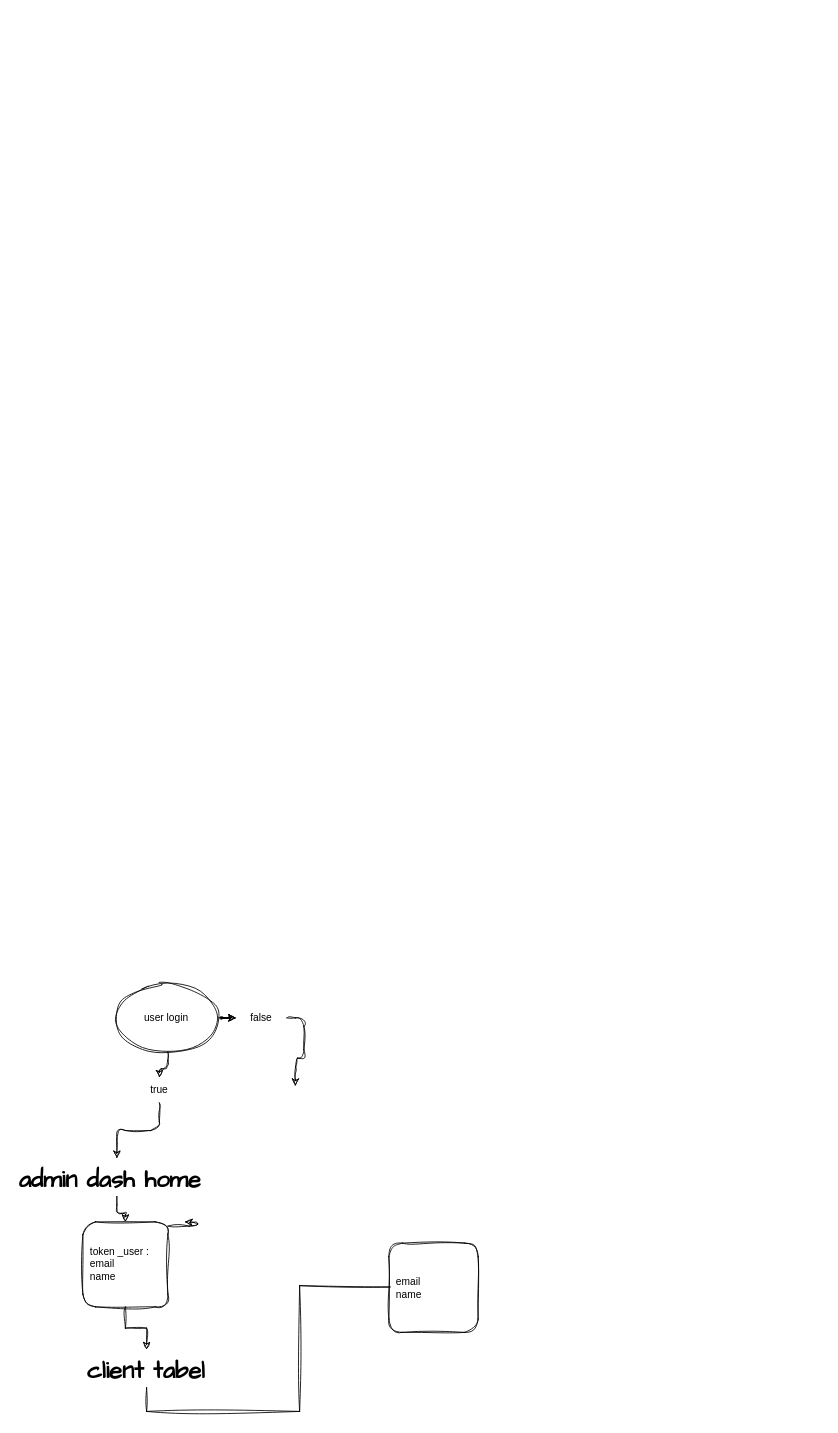
Above: minix/Untitled Diagram.drawio in MohammedMusatfa44/Space (draw.io), before the change. Source tidied: cells renumbered, new cells numbered last; positions are measured from the earlier drawing's top-left corner, leaving out a move shared by most shapes. Both pictures are drawn from the tidied source at 85%, with x=0, y=0 at pixel (14, 983).
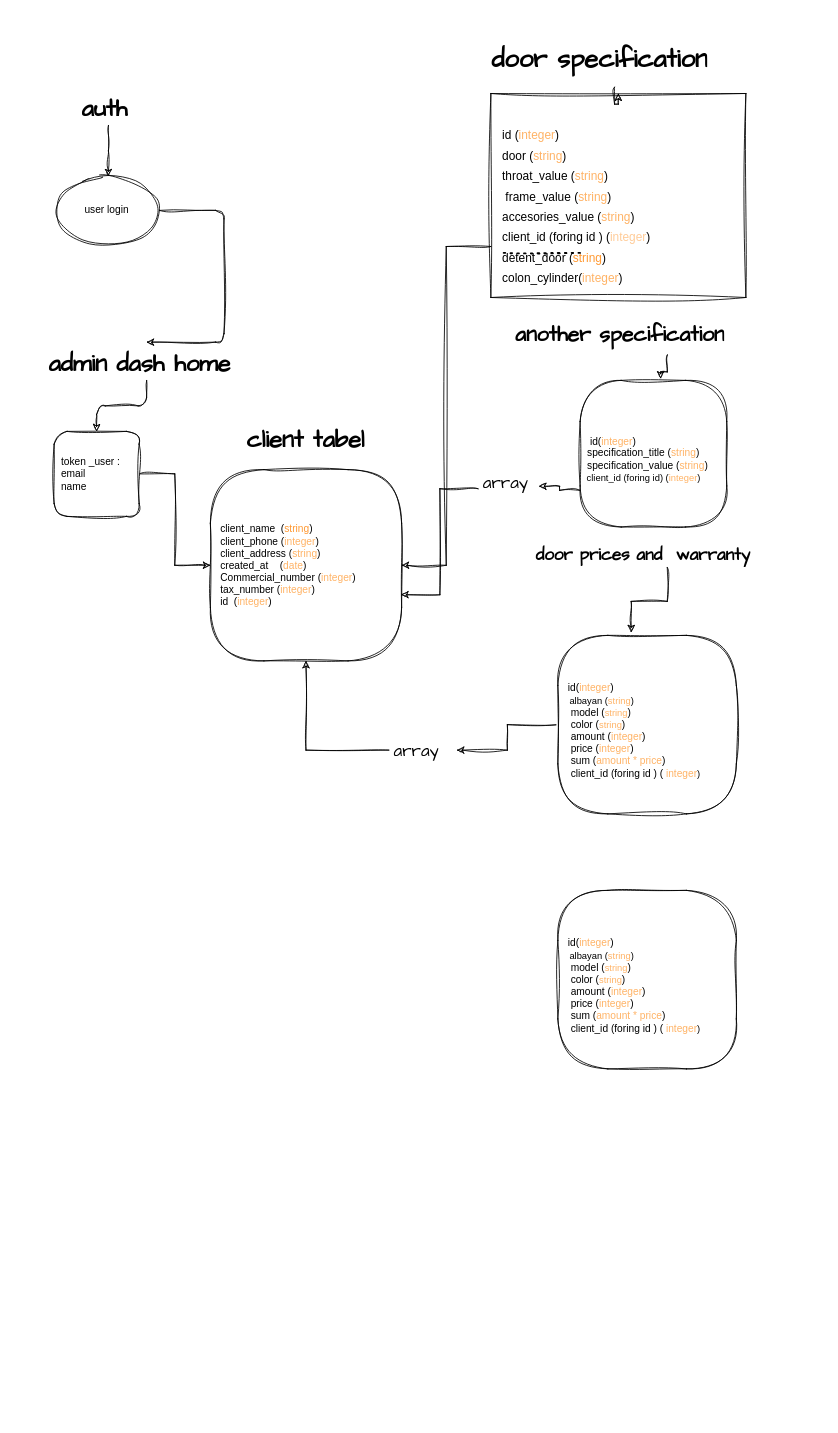
The same page after the edit.

Change to the diagram source:
```diff
@@
-    <mxCell id="2" style="edgeStyle=orthogonalEdgeStyle;rounded=1;jettySize=auto;html=1;labelBackgroundColor=none;fontColor=default;sketch=1;curveFitting=1;jiggle=2;" parent="1" edge="1" source="9">
-      <mxGeometry relative="1" as="geometry">
-        <mxPoint x="330" y="120" as="targetPoint" />
-      </mxGeometry>
-    </mxCell>
@@
-    <mxCell id="4" style="edgeStyle=orthogonalEdgeStyle;rounded=1;jettySize=auto;html=1;exitX=1;exitY=0.5;exitDx=0;exitDy=0;labelBackgroundColor=none;fontColor=default;sketch=1;curveFitting=1;jiggle=2;" parent="1" edge="1" source="5" target="9">
-      <mxGeometry relative="1" as="geometry" />
-    </mxCell>
     <mxCell id="5" value="user login&amp;nbsp;" style="ellipse;whiteSpace=wrap;html=1;labelBackgroundColor=none;rounded=1;sketch=1;curveFitting=1;jiggle=2;" parent="1" vertex="1">
-      <mxGeometry x="120" width="120" height="80" as="geometry" />
+      <mxGeometry x="50" y="-950" width="120" height="80" as="geometry" />
     </mxCell>
-    <mxCell id="6" style="edgeStyle=orthogonalEdgeStyle;rounded=1;jettySize=auto;html=1;labelBackgroundColor=none;fontColor=default;sketch=1;curveFitting=1;jiggle=2;" parent="1" edge="1" source="5" target="7">
-      <mxGeometry relative="1" as="geometry" />
+    <mxCell id="6" style="edgeStyle=orthogonalEdgeStyle;rounded=1;jettySize=auto;html=1;labelBackgroundColor=none;fontColor=default;sketch=1;curveFitting=1;jiggle=2;entryX=0.5;entryY=0;entryDx=0;entryDy=0;" parent="1" edge="1" source="5" target="14">
+      <mxGeometry relative="1" as="geometry">
+        <Array as="points">
+          <mxPoint x="246" y="-910" />
+          <mxPoint x="246" y="-755" />
+        </Array>
+      </mxGeometry>
     </mxCell>
-    <mxCell id="7" value="true" style="text;html=1;strokeColor=none;fillColor=none;align=center;verticalAlign=middle;whiteSpace=wrap;rounded=1;labelBackgroundColor=none;sketch=1;curveFitting=1;jiggle=2;" parent="1" vertex="1">
-      <mxGeometry x="140" y="110" width="60" height="30" as="geometry" />
-    </mxCell>
-    <mxCell id="8" style="edgeStyle=orthogonalEdgeStyle;rounded=1;jettySize=auto;html=1;labelBackgroundColor=none;fontColor=default;sketch=1;curveFitting=1;jiggle=2;" parent="1" edge="1" source="5" target="9">
-      <mxGeometry relative="1" as="geometry" />
-    </mxCell>
-    <mxCell id="9" value="false" style="text;html=1;strokeColor=none;fillColor=none;align=center;verticalAlign=middle;whiteSpace=wrap;rounded=1;labelBackgroundColor=none;sketch=1;curveFitting=1;jiggle=2;" parent="1" vertex="1">
-      <mxGeometry x="260" y="25" width="60" height="30" as="geometry" />
-    </mxCell>
-    <mxCell id="10" style="edgeStyle=orthogonalEdgeStyle;rounded=1;jettySize=auto;html=1;labelBackgroundColor=none;fontColor=default;sketch=1;curveFitting=1;jiggle=2;" parent="1" edge="1" source="12">
-      <mxGeometry relative="1" as="geometry">
-        <mxPoint x="200" y="280" as="targetPoint" />
-        <Array as="points">
-          <mxPoint x="215" y="285" />
-          <mxPoint x="215" y="281" />
-        </Array>
-      </mxGeometry>
-    </mxCell>
-    <mxCell id="11" style="edgeStyle=orthogonalEdgeStyle;rounded=0;sketch=1;hachureGap=4;jiggle=2;curveFitting=1;jettySize=auto;html=1;fontFamily=Architects Daughter;fontSize=16;entryX=0.5;entryY=0;entryDx=0;entryDy=0;exitX=0.5;exitY=1;exitDx=0;exitDy=0;" parent="1" edge="1" source="17">
-      <mxGeometry relative="1" as="geometry">
-        <mxPoint x="492.5" y="355" as="targetPoint" />
-        <Array as="points">
-          <mxPoint x="155" y="503" />
-          <mxPoint x="335" y="503" />
-          <mxPoint x="335" y="355" />
-        </Array>
-      </mxGeometry>
-    </mxCell>
+    <mxCell id="18" style="edgeStyle=orthogonalEdgeStyle;rounded=0;sketch=1;hachureGap=4;jiggle=2;curveFitting=1;jettySize=auto;html=1;fontFamily=Architects Daughter;fontSize=16;" parent="1" edge="1" source="12" target="15">
+      <mxGeometry relative="1" as="geometry" />
+    </mxCell>
     <mxCell id="12" value="&amp;nbsp; token _user :&lt;br&gt;&amp;nbsp; email&amp;nbsp;&amp;nbsp;&lt;br&gt;&amp;nbsp; name&amp;nbsp;" style="whiteSpace=wrap;html=1;rounded=1;glass=0;align=left;labelBackgroundColor=none;sketch=1;curveFitting=1;jiggle=2;" parent="1" vertex="1">
-      <mxGeometry x="80" y="280" width="100" height="100" as="geometry" />
+      <mxGeometry x="46.2" y="-650" width="100" height="100" as="geometry" />
     </mxCell>
-    <mxCell id="13" style="edgeStyle=orthogonalEdgeStyle;rounded=1;jettySize=auto;html=1;labelBackgroundColor=none;fontColor=default;sketch=1;curveFitting=1;jiggle=2;entryX=0.5;entryY=0;entryDx=0;entryDy=0;" parent="1" edge="1" source="7" target="14">
-      <mxGeometry relative="1" as="geometry" />
-    </mxCell>
-    <mxCell id="14" value="&lt;h1 style=&quot;font-size: 28px;&quot;&gt;&lt;font style=&quot;font-size: 28px;&quot;&gt;admin dash home&amp;nbsp;&lt;/font&gt;&lt;/h1&gt;&lt;div style=&quot;font-size: 28px;&quot;&gt;&lt;br&gt;&lt;/div&gt;&lt;p&gt;&lt;br&gt;&lt;/p&gt;" style="text;html=1;strokeColor=none;fillColor=none;spacing=5;spacingTop=-20;whiteSpace=wrap;overflow=hidden;rounded=0;fontSize=20;fontFamily=Architects Daughter;" parent="1" vertex="1">
-      <mxGeometry y="205" width="240" height="45" as="geometry" />
+    <mxCell id="14" value="&lt;h1 style=&quot;border-color: var(--border-color); font-size: 28px;&quot;&gt;&lt;font style=&quot;border-color: var(--border-color);&quot;&gt;admin dash home&amp;nbsp;&lt;/font&gt;&lt;/h1&gt;&lt;h1 style=&quot;font-size: 28px;&quot;&gt;&lt;div style=&quot;border-color: var(--border-color);&quot;&gt;&lt;br style=&quot;border-color: var(--border-color); font-weight: 400;&quot;&gt;&lt;/div&gt;&lt;/h1&gt;&lt;p&gt;&lt;br&gt;&lt;/p&gt;" style="text;html=1;strokeColor=none;fillColor=none;spacing=5;spacingTop=-20;whiteSpace=wrap;overflow=hidden;rounded=0;fontSize=20;fontFamily=Architects Daughter;" parent="1" vertex="1">
+      <mxGeometry x="35" y="-755" width="240" height="45" as="geometry" />
     </mxCell>
-    <mxCell id="15" value="&amp;nbsp; email&amp;nbsp;&amp;nbsp;&lt;br&gt;&amp;nbsp; name&amp;nbsp;" style="rounded=1;glass=0;align=left;labelBackgroundColor=none;sketch=1;curveFitting=1;jiggle=2;labelBorderColor=none;whiteSpace=wrap;html=1;fontStyle=0;horizontal=1;verticalAlign=middle;fontFamily=Helvetica;" parent="1" vertex="1">
-      <mxGeometry x="440" y="305" width="105" height="105" as="geometry" />
+    <mxCell id="15" value="&amp;nbsp; &amp;nbsp;client_name&amp;nbsp; (&lt;font color=&quot;#ff9933&quot;&gt;string&lt;/font&gt;)&lt;br&gt;&amp;nbsp; &amp;nbsp;client_phone (&lt;font color=&quot;#ffb366&quot;&gt;integer&lt;/font&gt;)&lt;br&gt;&amp;nbsp; &amp;nbsp;client_address (&lt;font color=&quot;#ffb366&quot;&gt;string&lt;/font&gt;)&lt;br&gt;&amp;nbsp; &amp;nbsp;created_at&amp;nbsp; &amp;nbsp; (&lt;font color=&quot;#ffb366&quot;&gt;date&lt;/font&gt;)&amp;nbsp; &amp;nbsp; &amp;nbsp; &amp;nbsp; &amp;nbsp; &amp;nbsp; &amp;nbsp; &amp;nbsp; &amp;nbsp; &amp;nbsp; &amp;nbsp; &amp;nbsp; &amp;nbsp; &amp;nbsp; &amp;nbsp; &amp;nbsp; &amp;nbsp; &amp;nbsp; &amp;nbsp;Commercial_number (&lt;font color=&quot;#ffb366&quot;&gt;integer&lt;/font&gt;)&lt;br&gt;&amp;nbsp; &amp;nbsp;tax_number (&lt;font color=&quot;#ffb366&quot;&gt;integer&lt;/font&gt;)&lt;br&gt;&amp;nbsp; &amp;nbsp;id&amp;nbsp; (&lt;font color=&quot;#ffb366&quot;&gt;integer&lt;/font&gt;)" style="rounded=1;glass=0;align=left;labelBackgroundColor=none;sketch=1;curveFitting=1;jiggle=2;labelBorderColor=none;whiteSpace=wrap;html=1;fontStyle=0;horizontal=1;verticalAlign=middle;fontFamily=Helvetica;arcSize=28;" parent="1" vertex="1">
+      <mxGeometry x="230" y="-605" width="225" height="225" as="geometry" />
     </mxCell>
-    <mxCell id="16" style="edgeStyle=orthogonalEdgeStyle;rounded=0;sketch=1;hachureGap=4;jiggle=2;curveFitting=1;jettySize=auto;html=1;fontFamily=Architects Daughter;fontSize=16;entryX=0.5;entryY=0;entryDx=0;entryDy=0;" parent="1" edge="1" source="12" target="17">
-      <mxGeometry relative="1" as="geometry" />
-    </mxCell>
     <mxCell id="17" value="&lt;h1 style=&quot;font-size: 28px;&quot;&gt;client tabel&lt;/h1&gt;&lt;div&gt;&lt;br&gt;&lt;/div&gt;" style="text;html=1;strokeColor=none;fillColor=none;spacing=5;spacingTop=-20;whiteSpace=wrap;overflow=hidden;rounded=0;fontSize=20;fontFamily=Architects Daughter;" parent="1" vertex="1">
-      <mxGeometry x="80" y="430" width="150" height="45" as="geometry" />
+      <mxGeometry x="267.5" y="-665" width="150" height="45" as="geometry" />
     </mxCell>
+    <mxCell id="19" style="edgeStyle=orthogonalEdgeStyle;rounded=0;sketch=1;hachureGap=4;jiggle=2;curveFitting=1;jettySize=auto;html=1;entryX=0.5;entryY=0;entryDx=0;entryDy=0;fontFamily=Architects Daughter;fontSize=16;" parent="1" edge="1" source="20" target="5">
+      <mxGeometry relative="1" as="geometry" />
+    </mxCell>
+    <mxCell id="20" value="&lt;h1 style=&quot;font-size: 28px;&quot;&gt;&lt;font style=&quot;font-size: 28px;&quot;&gt;auth&amp;nbsp;&lt;/font&gt;&lt;/h1&gt;&lt;div style=&quot;font-size: 28px;&quot;&gt;&lt;br&gt;&lt;/div&gt;&lt;p&gt;&lt;br&gt;&lt;/p&gt;" style="text;html=1;strokeColor=none;fillColor=none;spacing=5;spacingTop=-20;whiteSpace=wrap;overflow=hidden;rounded=0;fontSize=20;fontFamily=Architects Daughter;" parent="1" vertex="1">
+      <mxGeometry x="73.8" y="-1055" width="72.5" height="45" as="geometry" />
+    </mxCell>
+    <mxCell id="21" style="edgeStyle=orthogonalEdgeStyle;rounded=0;sketch=1;hachureGap=4;jiggle=2;curveFitting=1;jettySize=auto;html=1;exitX=0;exitY=0.75;exitDx=0;exitDy=0;entryX=1;entryY=0.5;entryDx=0;entryDy=0;fontFamily=Architects Daughter;fontSize=16;" parent="1" edge="1" source="22" target="15">
+      <mxGeometry relative="1" as="geometry" />
+    </mxCell>
+    <mxCell id="22" value="&lt;font face=&quot;Helvetica&quot; style=&quot;font-size: 14px;&quot;&gt;&lt;font style=&quot;font-size: 14px;&quot;&gt;&amp;nbsp; &lt;br&gt;&amp;nbsp; &amp;nbsp;id (&lt;font style=&quot;font-size: 14px;&quot; color=&quot;#ffb366&quot;&gt;integer&lt;/font&gt;)&lt;br&gt;&amp;nbsp; &amp;nbsp;door (&lt;font style=&quot;font-size: 14px;&quot; color=&quot;#ffb366&quot;&gt;string&lt;/font&gt;)&amp;nbsp;&lt;br&gt;&amp;nbsp; &amp;nbsp;throat_value (&lt;font style=&quot;font-size: 14px;&quot; color=&quot;#ffb366&quot;&gt;string&lt;/font&gt;)&lt;br&gt;&amp;nbsp; &amp;nbsp; frame_value (&lt;span style=&quot;color: rgb(255, 179, 102);&quot;&gt;string&lt;/span&gt;)&lt;br&gt;&amp;nbsp; &amp;nbsp;accesories_value (&lt;span style=&quot;color: rgb(255, 179, 102);&quot;&gt;string&lt;/span&gt;&lt;/font&gt;&lt;font style=&quot;font-size: 14px;&quot;&gt;)&lt;br&gt;&amp;nbsp; &amp;nbsp;client_id (foring id ) (&lt;font style=&quot;font-size: 14px;&quot; color=&quot;#ffcc99&quot;&gt;integer&lt;/font&gt;)&amp;nbsp;&lt;br&gt;&lt;/font&gt;&amp;nbsp; &amp;nbsp;detent_door (&lt;font style=&quot;border-color: var(--border-color); font-size: 14px;&quot; color=&quot;#ff9933&quot;&gt;string&lt;/font&gt;)&lt;br style=&quot;border-color: var(--border-color);&quot;&gt;&amp;nbsp; &amp;nbsp;colon_cylinder(&lt;font style=&quot;border-color: var(--border-color); font-size: 14px;&quot; color=&quot;#ffb366&quot;&gt;integer&lt;/font&gt;)&lt;/font&gt;&lt;span style=&quot;background-color: initial; font-size: 19px;&quot;&gt;&lt;br&gt;&lt;/span&gt;" style="rounded=0;whiteSpace=wrap;html=1;sketch=1;hachureGap=4;jiggle=2;curveFitting=1;fontFamily=Architects Daughter;fontSize=20;align=left;" parent="1" vertex="1">
+      <mxGeometry x="560" y="-1047.5" width="300" height="240" as="geometry" />
+    </mxCell>
+    <mxCell id="23" style="edgeStyle=orthogonalEdgeStyle;rounded=0;sketch=1;hachureGap=4;jiggle=2;curveFitting=1;jettySize=auto;html=1;entryX=0.5;entryY=0;entryDx=0;entryDy=0;fontFamily=Architects Daughter;fontSize=16;" parent="1" edge="1" source="24" target="22">
+      <mxGeometry relative="1" as="geometry" />
+    </mxCell>
+    <mxCell id="24" value="&lt;h1 style=&quot;border-color: var(--border-color);&quot;&gt;&lt;font style=&quot;font-size: 30px;&quot;&gt;door specification&lt;/font&gt;&lt;br&gt;&lt;/h1&gt;" style="text;html=1;strokeColor=none;fillColor=none;spacing=5;spacingTop=-20;whiteSpace=wrap;overflow=hidden;rounded=0;fontSize=20;fontFamily=Architects Daughter;" parent="1" vertex="1">
+      <mxGeometry x="556" y="-1130" width="299" height="75" as="geometry" />
+    </mxCell>
+    <mxCell id="25" style="endArrow=none;dashed=1;html=1;dashPattern=1 3;strokeWidth=2;rounded=0;sketch=1;hachureGap=4;jiggle=2;curveFitting=1;fontFamily=Architects Daughter;fontSize=16;" parent="1" edge="1">
+      <mxGeometry relative="1" as="geometry">
+        <mxPoint x="575" y="-860" as="sourcePoint" />
+        <mxPoint x="665" y="-860" as="targetPoint" />
+        <Array as="points">
+          <mxPoint x="575.5" y="-860" />
+        </Array>
+      </mxGeometry>
+    </mxCell>
+    <mxCell id="26" style="edgeStyle=orthogonalEdgeStyle;rounded=0;sketch=1;hachureGap=4;jiggle=2;curveFitting=1;jettySize=auto;html=1;entryX=0.549;entryY=-0.011;entryDx=0;entryDy=0;entryPerimeter=0;fontFamily=Architects Daughter;fontSize=16;" parent="1" edge="1" source="27" target="29">
+      <mxGeometry relative="1" as="geometry" />
+    </mxCell>
+    <mxCell id="27" value="&lt;h1 style=&quot;border-color: var(--border-color); font-size: 25px;&quot;&gt;&lt;span style=&quot;&quot;&gt;another&amp;nbsp;&lt;/span&gt;specification&lt;/h1&gt;" style="text;html=1;strokeColor=none;fillColor=none;spacing=5;spacingTop=-20;whiteSpace=wrap;overflow=hidden;rounded=0;fontSize=20;fontFamily=Architects Daughter;" parent="1" vertex="1">
+      <mxGeometry x="583.8" y="-785" width="367.5" height="45" as="geometry" />
+    </mxCell>
+    <mxCell id="28" style="edgeStyle=orthogonalEdgeStyle;rounded=0;sketch=1;hachureGap=4;jiggle=2;curveFitting=1;jettySize=auto;html=1;exitX=0;exitY=0.75;exitDx=0;exitDy=0;entryX=0.997;entryY=0.654;entryDx=0;entryDy=0;entryPerimeter=0;fontFamily=Architects Daughter;fontSize=16;" parent="1" edge="1" source="31" target="15">
+      <mxGeometry relative="1" as="geometry" />
+    </mxCell>
+    <mxCell id="29" value="&lt;font style=&quot;font-size: 12px;&quot;&gt;&amp;nbsp;&amp;nbsp;&lt;br&gt;&amp;nbsp; &amp;nbsp;id(&lt;font style=&quot;font-size: 12px;&quot; color=&quot;#ffb366&quot;&gt;integer&lt;/font&gt;)&lt;br&gt;&amp;nbsp; specification_title (&lt;font style=&quot;font-size: 12px;&quot; color=&quot;#ffb366&quot;&gt;string&lt;/font&gt;)&amp;nbsp; &amp;nbsp;&lt;br&gt;&amp;nbsp; s&lt;span style=&quot;border-color: var(--border-color); background-color: initial;&quot;&gt;pecification_value (&lt;font color=&quot;#ffb366&quot;&gt;string&lt;/font&gt;)&amp;nbsp;&lt;br&gt;&lt;/span&gt;&lt;/font&gt;&lt;span style=&quot;font-size: 11px; background-color: initial;&quot;&gt;&amp;nbsp; client_id (foring id) (&lt;font style=&quot;&quot; color=&quot;#ffb366&quot;&gt;integer&lt;/font&gt;)&lt;br&gt;&lt;/span&gt;" style="rounded=1;glass=0;align=left;labelBackgroundColor=none;sketch=1;curveFitting=1;jiggle=2;labelBorderColor=none;whiteSpace=wrap;html=1;fontStyle=0;horizontal=1;verticalAlign=middle;fontFamily=Helvetica;arcSize=28;" parent="1" vertex="1">
+      <mxGeometry x="665" y="-710" width="172.5" height="172.5" as="geometry" />
+    </mxCell>
+    <mxCell id="30" style="edgeStyle=orthogonalEdgeStyle;rounded=0;sketch=1;hachureGap=4;jiggle=2;curveFitting=1;jettySize=auto;html=1;exitX=0;exitY=0.75;exitDx=0;exitDy=0;entryX=0.997;entryY=0.654;entryDx=0;entryDy=0;entryPerimeter=0;fontFamily=Architects Daughter;fontSize=16;" parent="1" edge="1" source="29" target="31">
+      <mxGeometry relative="1" as="geometry" />
+    </mxCell>
+    <mxCell id="31" value="array" style="text;strokeColor=none;fillColor=none;align=left;verticalAlign=middle;spacingLeft=4;spacingRight=4;overflow=hidden;points=[[0,0.5],[1,0.5]];portConstraint=eastwest;whiteSpace=wrap;html=1;fontSize=20;fontFamily=Architects Daughter;" parent="1" vertex="1">
+      <mxGeometry x="545" y="-605" width="71.8" height="30" as="geometry" />
+    </mxCell>
+    <mxCell id="32" style="edgeStyle=orthogonalEdgeStyle;rounded=0;sketch=1;hachureGap=4;jiggle=2;curveFitting=1;jettySize=auto;html=1;fontFamily=Architects Daughter;fontSize=16;" parent="1" edge="1" source="33" target="37">
+      <mxGeometry relative="1" as="geometry" />
+    </mxCell>
+    <mxCell id="33" value="&lt;font style=&quot;font-size: 12px;&quot;&gt;&amp;nbsp;&amp;nbsp;&lt;br&gt;&amp;nbsp; &amp;nbsp;id(&lt;font style=&quot;font-size: 12px;&quot; color=&quot;#ffb366&quot;&gt;integer&lt;/font&gt;)&lt;br&gt;&lt;/font&gt;&lt;span style=&quot;font-size: 11px; font-family: &amp;quot;Architects Daughter&amp;quot;; background-color: initial;&quot;&gt;&amp;nbsp; &lt;/span&gt;&lt;span style=&quot;font-size: 11px; background-color: initial;&quot;&gt;&amp;nbsp;albayan (&lt;font color=&quot;#ffb366&quot;&gt;string&lt;/font&gt;)&lt;br&gt;&lt;/span&gt;&amp;nbsp; &amp;nbsp; model (&lt;span style=&quot;color: rgb(255, 179, 102); font-size: 11px;&quot;&gt;string&lt;/span&gt;)&amp;nbsp;&lt;br&gt;&amp;nbsp; &amp;nbsp; color (&lt;span style=&quot;color: rgb(255, 179, 102); font-size: 11px;&quot;&gt;string&lt;/span&gt;)&lt;br&gt;&amp;nbsp; &amp;nbsp; amount (&lt;span style=&quot;color: rgb(255, 179, 102);&quot;&gt;integer&lt;/span&gt;)&lt;br&gt;&amp;nbsp; &amp;nbsp; price (&lt;span style=&quot;color: rgb(255, 179, 102);&quot;&gt;integer&lt;/span&gt;)&lt;br&gt;&amp;nbsp; &amp;nbsp; sum (&lt;font color=&quot;#ffb366&quot;&gt;amount * price&lt;/font&gt;)&amp;nbsp;&lt;br&gt;&amp;nbsp; &amp;nbsp; client_id (foring id ) (&amp;nbsp;&lt;span style=&quot;color: rgb(255, 179, 102);&quot;&gt;integer&lt;/span&gt;&lt;span style=&quot;font-size: 11px; background-color: initial;&quot;&gt;)&lt;br&gt;&lt;/span&gt;" style="rounded=1;glass=0;align=left;labelBackgroundColor=none;sketch=1;curveFitting=1;jiggle=2;labelBorderColor=none;whiteSpace=wrap;html=1;fontStyle=0;horizontal=1;verticalAlign=middle;fontFamily=Helvetica;arcSize=28;" parent="1" vertex="1">
+      <mxGeometry x="638.8" y="-410" width="210" height="210" as="geometry" />
+    </mxCell>
+    <mxCell id="34" style="edgeStyle=orthogonalEdgeStyle;rounded=0;sketch=1;hachureGap=4;jiggle=2;curveFitting=1;jettySize=auto;html=1;entryX=0.411;entryY=-0.017;entryDx=0;entryDy=0;entryPerimeter=0;fontFamily=Architects Daughter;fontSize=16;" parent="1" edge="1" source="35" target="33">
+      <mxGeometry relative="1" as="geometry" />
+    </mxCell>
+    <mxCell id="35" value="&lt;h1 style=&quot;border-color: var(--border-color);&quot;&gt;&lt;font style=&quot;font-size: 20px;&quot;&gt;door prices and&amp;nbsp; warranty&lt;/font&gt;&lt;/h1&gt;" style="text;html=1;strokeColor=none;fillColor=none;spacing=5;spacingTop=-20;whiteSpace=wrap;overflow=hidden;rounded=0;fontSize=20;fontFamily=Architects Daughter;" parent="1" vertex="1">
+      <mxGeometry x="607.5" y="-550" width="320" height="60" as="geometry" />
+    </mxCell>
+    <mxCell id="36" style="edgeStyle=orthogonalEdgeStyle;rounded=0;sketch=1;hachureGap=4;jiggle=2;curveFitting=1;jettySize=auto;html=1;entryX=0.5;entryY=1;entryDx=0;entryDy=0;fontFamily=Architects Daughter;fontSize=16;" parent="1" edge="1" source="37" target="15">
+      <mxGeometry relative="1" as="geometry" />
+    </mxCell>
+    <mxCell id="37" value="array" style="text;strokeColor=none;fillColor=none;align=left;verticalAlign=middle;spacingLeft=4;spacingRight=4;overflow=hidden;points=[[0,0.5],[1,0.5]];portConstraint=eastwest;whiteSpace=wrap;html=1;fontSize=20;fontFamily=Architects Daughter;" parent="1" vertex="1">
+      <mxGeometry x="440" y="-290" width="80" height="30" as="geometry" />
+    </mxCell>
+    <mxCell id="38" value="&lt;font style=&quot;font-size: 12px;&quot;&gt;&amp;nbsp;&amp;nbsp;&lt;br&gt;&amp;nbsp; &amp;nbsp;id(&lt;font style=&quot;font-size: 12px;&quot; color=&quot;#ffb366&quot;&gt;integer&lt;/font&gt;)&lt;br&gt;&lt;/font&gt;&lt;span style=&quot;font-size: 11px; font-family: &amp;quot;Architects Daughter&amp;quot;; background-color: initial;&quot;&gt;&amp;nbsp; &lt;/span&gt;&lt;span style=&quot;font-size: 11px; background-color: initial;&quot;&gt;&amp;nbsp;albayan (&lt;font color=&quot;#ffb366&quot;&gt;string&lt;/font&gt;)&lt;br&gt;&lt;/span&gt;&amp;nbsp; &amp;nbsp; model (&lt;span style=&quot;color: rgb(255, 179, 102); font-size: 11px;&quot;&gt;string&lt;/span&gt;)&amp;nbsp;&lt;br&gt;&amp;nbsp; &amp;nbsp; color (&lt;span style=&quot;color: rgb(255, 179, 102); font-size: 11px;&quot;&gt;string&lt;/span&gt;)&lt;br&gt;&amp;nbsp; &amp;nbsp; amount (&lt;span style=&quot;color: rgb(255, 179, 102);&quot;&gt;integer&lt;/span&gt;)&lt;br&gt;&amp;nbsp; &amp;nbsp; price (&lt;span style=&quot;color: rgb(255, 179, 102);&quot;&gt;integer&lt;/span&gt;)&lt;br&gt;&amp;nbsp; &amp;nbsp; sum (&lt;font color=&quot;#ffb366&quot;&gt;amount * price&lt;/font&gt;)&amp;nbsp;&lt;br&gt;&amp;nbsp; &amp;nbsp; client_id (foring id ) (&amp;nbsp;&lt;span style=&quot;color: rgb(255, 179, 102);&quot;&gt;integer&lt;/span&gt;&lt;span style=&quot;font-size: 11px; background-color: initial;&quot;&gt;)&lt;br&gt;&lt;/span&gt;" style="rounded=1;glass=0;align=left;labelBackgroundColor=none;sketch=1;curveFitting=1;jiggle=2;labelBorderColor=none;whiteSpace=wrap;html=1;fontStyle=0;horizontal=1;verticalAlign=middle;fontFamily=Helvetica;arcSize=28;" parent="1" vertex="1">
+      <mxGeometry x="638.8" y="-110" width="210" height="210" as="geometry" />
+    </mxCell>
+    <mxCell id="39" value="&lt;h1 style=&quot;border-color: var(--border-color);&quot;&gt;&lt;br&gt;&lt;/h1&gt;" style="text;html=1;strokeColor=none;fillColor=none;spacing=5;spacingTop=-20;whiteSpace=wrap;overflow=hidden;rounded=0;fontSize=20;fontFamily=Architects Daughter;" parent="1" vertex="1">
+      <mxGeometry x="607.5" y="-200" width="320" height="60" as="geometry" />
+    </mxCell>
```
